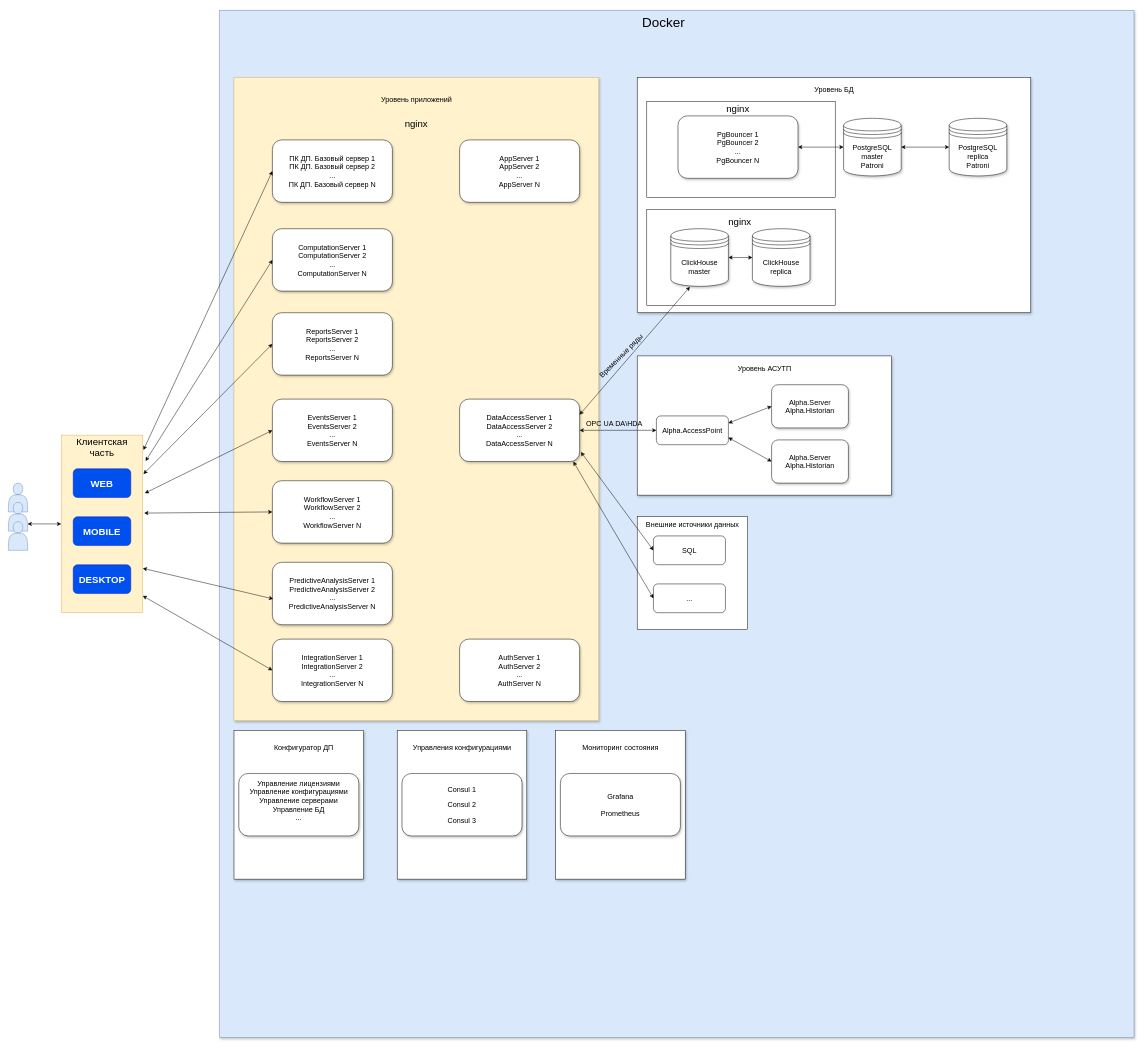
The draw.io diagram Untitled Diagram.drawio in NeV0L/PythonRep, before the edit. Source tidied: cells renumbered, new cells numbered last; positions are measured from the earlier drawing's top-left corner, leaving out a move shared by most shapes. Both pictures are drawn from the tidied source at 48%, with x=0, y=0 at pixel (8, 10).
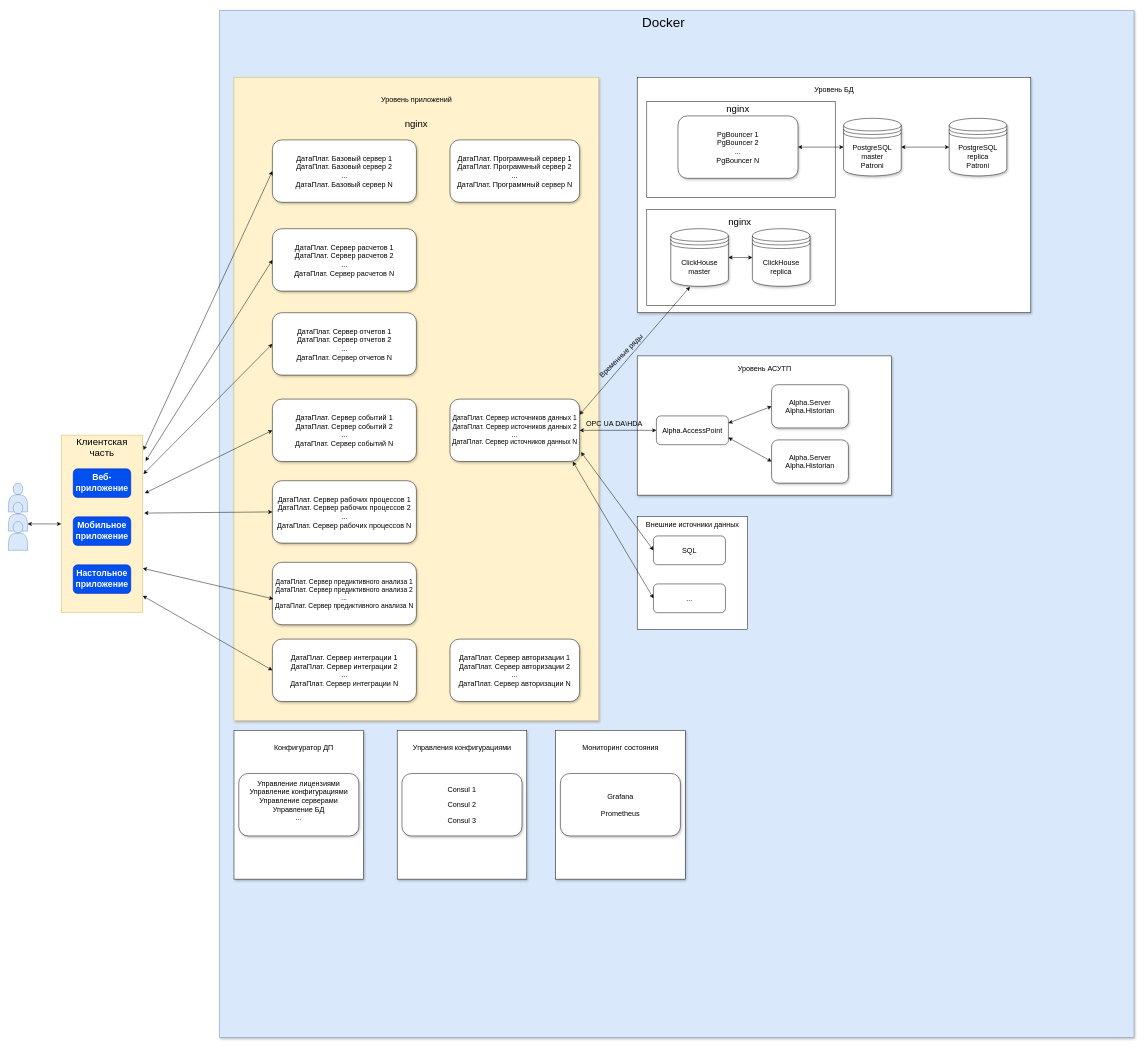
The same diagram, later.

Change to the diagram source:
```diff
@@
-    <mxCell id="9" value="WEB" style="rounded=1;whiteSpace=wrap;html=1;fillColor=#0050ef;fontColor=#ffffff;strokeColor=#001DBC;fontStyle=1;fontSize=20;" parent="1" vertex="1">
+    <mxCell id="9" value="Веб-приложение" style="rounded=1;whiteSpace=wrap;html=1;fillColor=#0050ef;fontColor=#ffffff;strokeColor=#001DBC;fontStyle=1;fontSize=18;" parent="1" vertex="1">
       <mxGeometry x="135" y="955" width="120" height="60" as="geometry" />
     </mxCell>
-    <mxCell id="10" value="MOBILE" style="rounded=1;whiteSpace=wrap;html=1;fillColor=#0050ef;fontColor=#ffffff;strokeColor=#001DBC;fontSize=20;fontStyle=1;" parent="1" vertex="1">
+    <mxCell id="10" value="&lt;div&gt;Мобильное&lt;/div&gt;&lt;div&gt;приложение&lt;br&gt;&lt;/div&gt;" style="rounded=1;whiteSpace=wrap;html=1;fillColor=#0050ef;fontColor=#ffffff;strokeColor=#001DBC;fontSize=18;fontStyle=1;" parent="1" vertex="1">
       <mxGeometry x="135" y="1055" width="120" height="60" as="geometry" />
     </mxCell>
-    <mxCell id="11" value="DESKTOP" style="rounded=1;whiteSpace=wrap;html=1;fillColor=#0050ef;fontColor=#ffffff;strokeColor=#001DBC;fontSize=20;fontStyle=1;" parent="1" vertex="1">
+    <mxCell id="11" value="Настольное приложение" style="rounded=1;whiteSpace=wrap;html=1;fillColor=#0050ef;fontColor=#ffffff;strokeColor=#001DBC;fontSize=18;fontStyle=1;" parent="1" vertex="1">
       <mxGeometry x="135" y="1155" width="120" height="60" as="geometry" />
     </mxCell>
@@
-    <mxCell id="21" value="&lt;div&gt;ПК ДП. Базовый сервер 1&lt;/div&gt;&lt;div&gt;ПК ДП. Базовый сервер 2&lt;/div&gt;&lt;div&gt;...&lt;/div&gt;&lt;div&gt;ПК ДП. Базовый сервер N&lt;br&gt;&lt;/div&gt;" style="rounded=1;whiteSpace=wrap;html=1;shadow=1;glass=0;sketch=0;fontSize=15;gradientColor=none;labelBorderColor=none;labelBackgroundColor=none;" parent="1" vertex="1">
-      <mxGeometry x="550" y="270" width="250" height="130" as="geometry" />
+    <mxCell id="21" value="&lt;div&gt;ДатаПлат. Базовый сервер 1&lt;/div&gt;&lt;div&gt;ДатаПлат. Базовый сервер 2&lt;/div&gt;&lt;div&gt;...&lt;/div&gt;&lt;div&gt;ДатаПлат. Базовый сервер N&lt;br&gt;&lt;/div&gt;" style="rounded=1;whiteSpace=wrap;html=1;shadow=1;glass=0;sketch=0;fontSize=15;gradientColor=none;labelBorderColor=none;labelBackgroundColor=none;" parent="1" vertex="1">
+      <mxGeometry x="550" y="270" width="300" height="130" as="geometry" />
     </mxCell>
-    <mxCell id="22" value="&lt;div&gt;ComputationServer 1&lt;/div&gt;&lt;div&gt;ComputationServer 2&lt;/div&gt;&lt;div&gt;...&lt;/div&gt;&lt;div&gt;ComputationServer N&lt;br&gt;&lt;/div&gt;" style="rounded=1;whiteSpace=wrap;html=1;shadow=1;glass=0;sketch=0;fontSize=15;gradientColor=none;labelBorderColor=none;labelBackgroundColor=none;" parent="1" vertex="1">
-      <mxGeometry x="550" y="455" width="250" height="130" as="geometry" />
+    <mxCell id="22" value="ДатаПлат. Сервер расчетов 1&lt;div&gt;ДатаПлат. Сервер расчетов 2&lt;/div&gt;&lt;div&gt;...&lt;/div&gt;&lt;div&gt;ДатаПлат. Сервер расчетов N&lt;br&gt;&lt;/div&gt;" style="rounded=1;whiteSpace=wrap;html=1;shadow=1;glass=0;sketch=0;fontSize=15;gradientColor=none;labelBorderColor=none;labelBackgroundColor=none;" parent="1" vertex="1">
+      <mxGeometry x="550" y="455" width="300" height="130" as="geometry" />
     </mxCell>
-    <mxCell id="23" value="&lt;div&gt;ReportsServer 1&lt;/div&gt;&lt;div&gt;ReportsServer 2&lt;/div&gt;&lt;div&gt;...&lt;/div&gt;&lt;div&gt;ReportsServer N&lt;br&gt;&lt;/div&gt;" style="rounded=1;whiteSpace=wrap;html=1;shadow=1;glass=0;sketch=0;fontSize=15;gradientColor=none;labelBorderColor=none;labelBackgroundColor=none;" parent="1" vertex="1">
-      <mxGeometry x="550" y="630" width="250" height="130" as="geometry" />
+    <mxCell id="23" value="&lt;div&gt;ДатаПлат. Сервер отчетов 1&lt;/div&gt;&lt;div&gt;ДатаПлат. Сервер отчетов 2&lt;/div&gt;&lt;div&gt;...&lt;/div&gt;&lt;div&gt;ДатаПлат. Сервер отчетов N&lt;/div&gt;" style="rounded=1;whiteSpace=wrap;html=1;shadow=1;glass=0;sketch=0;fontSize=15;gradientColor=none;labelBorderColor=none;labelBackgroundColor=none;" parent="1" vertex="1">
+      <mxGeometry x="550" y="630" width="300" height="130" as="geometry" />
     </mxCell>
-    <mxCell id="24" value="&lt;div&gt;EventsServer 1&lt;/div&gt;&lt;div&gt;EventsServer 2&lt;/div&gt;&lt;div&gt;...&lt;/div&gt;&lt;div&gt;EventsServer N&lt;br&gt;&lt;/div&gt;" style="rounded=1;whiteSpace=wrap;html=1;shadow=1;glass=0;sketch=0;fontSize=15;gradientColor=none;labelBorderColor=none;labelBackgroundColor=none;" parent="1" vertex="1">
-      <mxGeometry x="550" y="810" width="250" height="130" as="geometry" />
+    <mxCell id="24" value="&lt;div&gt;ДатаПлат. Сервер событий 1&lt;/div&gt;&lt;div&gt;ДатаПлат. Сервер событий 2&lt;/div&gt;&lt;div&gt;...&lt;/div&gt;&lt;div&gt;ДатаПлат. Сервер событий N&lt;br&gt;&lt;/div&gt;" style="rounded=1;whiteSpace=wrap;html=1;shadow=1;glass=0;sketch=0;fontSize=15;gradientColor=none;labelBorderColor=none;labelBackgroundColor=none;" parent="1" vertex="1">
+      <mxGeometry x="550" y="810" width="300" height="130" as="geometry" />
     </mxCell>
-    <mxCell id="25" value="&lt;div&gt;WorkflowServer 1&lt;/div&gt;&lt;div&gt;WorkflowServer 2&lt;/div&gt;&lt;div&gt;...&lt;/div&gt;&lt;div&gt;WorkflowServer N&lt;br&gt;&lt;/div&gt;" style="rounded=1;whiteSpace=wrap;html=1;shadow=1;glass=0;sketch=0;fontSize=15;gradientColor=none;labelBorderColor=none;labelBackgroundColor=none;" parent="1" vertex="1">
-      <mxGeometry x="550" y="980" width="250" height="130" as="geometry" />
+    <mxCell id="25" value="&lt;div style=&quot;font-size: 15px;&quot;&gt;ДатаПлат. Сервер рабочих процессов 1&lt;/div&gt;&lt;div style=&quot;font-size: 15px;&quot;&gt;ДатаПлат. Сервер рабочих процессов 2&lt;/div&gt;&lt;div style=&quot;font-size: 15px;&quot;&gt;...&lt;/div&gt;&lt;div style=&quot;font-size: 15px;&quot;&gt;ДатаПлат. Сервер рабочих процессов N&lt;br style=&quot;font-size: 15px;&quot;&gt;&lt;/div&gt;" style="rounded=1;whiteSpace=wrap;html=1;shadow=1;glass=0;sketch=0;fontSize=15;gradientColor=none;labelBorderColor=none;labelBackgroundColor=none;" parent="1" vertex="1">
+      <mxGeometry x="550" y="980" width="300" height="130" as="geometry" />
     </mxCell>
-    <mxCell id="26" value="&lt;div&gt;PredictiveAnalysisServer 1&lt;/div&gt;&lt;div&gt;PredictiveAnalysisServer 2&lt;/div&gt;&lt;div&gt;...&lt;/div&gt;&lt;div&gt;PredictiveAnalysisServer N&lt;br&gt;&lt;/div&gt;" style="rounded=1;whiteSpace=wrap;html=1;shadow=1;glass=0;sketch=0;fontSize=15;gradientColor=none;labelBorderColor=none;labelBackgroundColor=none;" parent="1" vertex="1">
-      <mxGeometry x="550" y="1150" width="250" height="130" as="geometry" />
+    <mxCell id="26" value="&lt;div style=&quot;font-size: 14px;&quot;&gt;&lt;font style=&quot;font-size: 14px;&quot;&gt;ДатаПлат. Сервер предиктивного анализа 1&lt;/font&gt;&lt;/div&gt;&lt;div style=&quot;font-size: 14px;&quot;&gt;&lt;font style=&quot;font-size: 14px;&quot;&gt;ДатаПлат. Сервер предиктивного анализа 2&lt;/font&gt;&lt;/div&gt;&lt;div style=&quot;font-size: 14px;&quot;&gt;&lt;font style=&quot;font-size: 14px;&quot;&gt;...&lt;/font&gt;&lt;/div&gt;&lt;div style=&quot;font-size: 14px;&quot;&gt;&lt;font style=&quot;font-size: 14px;&quot;&gt;ДатаПлат. Сервер предиктивного анализа N&lt;br style=&quot;&quot;&gt;&lt;/font&gt;&lt;/div&gt;" style="rounded=1;whiteSpace=wrap;html=1;shadow=1;glass=0;sketch=0;fontSize=15;gradientColor=none;labelBorderColor=none;labelBackgroundColor=none;" parent="1" vertex="1">
+      <mxGeometry x="550" y="1150" width="300" height="130" as="geometry" />
     </mxCell>
-    <mxCell id="27" value="&lt;div&gt;IntegrationServer 1&lt;/div&gt;&lt;div&gt;IntegrationServer 2&lt;/div&gt;&lt;div&gt;...&lt;/div&gt;&lt;div&gt;IntegrationServer N&lt;br&gt;&lt;/div&gt;" style="rounded=1;whiteSpace=wrap;html=1;shadow=1;glass=0;sketch=0;fontSize=15;gradientColor=none;labelBorderColor=none;labelBackgroundColor=none;" parent="1" vertex="1">
-      <mxGeometry x="550" y="1310" width="250" height="130" as="geometry" />
+    <mxCell id="27" value="&lt;div&gt;ДатаПлат. Сервер интеграции 1&lt;/div&gt;&lt;div&gt;ДатаПлат. Сервер интеграции 2&lt;/div&gt;&lt;div&gt;...&lt;/div&gt;&lt;div&gt;ДатаПлат. Сервер интеграции N&lt;br&gt;&lt;/div&gt;" style="rounded=1;whiteSpace=wrap;html=1;shadow=1;glass=0;sketch=0;fontSize=15;gradientColor=none;labelBorderColor=none;labelBackgroundColor=none;" parent="1" vertex="1">
+      <mxGeometry x="550" y="1310" width="300" height="130" as="geometry" />
     </mxCell>
-    <mxCell id="28" value="&lt;div&gt;DataAccessServer 1&lt;/div&gt;&lt;div&gt;DataAccessServer 2&lt;/div&gt;&lt;div&gt;...&lt;/div&gt;&lt;div&gt;DataAccessServer N&lt;br&gt;&lt;/div&gt;" style="rounded=1;whiteSpace=wrap;html=1;shadow=1;glass=0;sketch=0;fontSize=15;gradientColor=none;labelBorderColor=none;labelBackgroundColor=none;" parent="1" vertex="1">
-      <mxGeometry x="940" y="810" width="250" height="130" as="geometry" />
+    <mxCell id="28" value="&lt;div style=&quot;font-size: 14px;&quot;&gt;ДатаПлат. Сервер источников данных 1&lt;/div&gt;&lt;div style=&quot;font-size: 14px;&quot;&gt;ДатаПлат. Сервер источников данных 2&lt;/div&gt;&lt;div style=&quot;font-size: 14px;&quot;&gt;...&lt;/div&gt;&lt;div style=&quot;font-size: 14px;&quot;&gt;ДатаПлат. Сервер источников данных N&lt;br style=&quot;font-size: 14px;&quot;&gt;&lt;/div&gt;" style="rounded=1;whiteSpace=wrap;html=1;shadow=1;glass=0;sketch=0;fontSize=14;gradientColor=none;labelBorderColor=none;labelBackgroundColor=none;" parent="1" vertex="1">
+      <mxGeometry x="920" y="810" width="270" height="130" as="geometry" />
     </mxCell>
-    <mxCell id="29" value="&lt;div&gt;AppServer 1&lt;/div&gt;&lt;div&gt;AppServer 2&lt;/div&gt;&lt;div&gt;...&lt;br&gt;&lt;/div&gt;&lt;div&gt;AppServer N&lt;br&gt;&lt;/div&gt;" style="rounded=1;whiteSpace=wrap;html=1;shadow=1;glass=0;sketch=0;fontSize=15;gradientColor=none;labelBorderColor=none;labelBackgroundColor=none;" parent="1" vertex="1">
-      <mxGeometry x="940" y="270" width="250" height="130" as="geometry" />
+    <mxCell id="29" value="&lt;div&gt;ДатаПлат. Программный сервер 1&lt;/div&gt;&lt;div&gt;ДатаПлат. Программный сервер 2&lt;/div&gt;&lt;div&gt;...&lt;/div&gt;&lt;div&gt;ДатаПлат. Программный сервер N&lt;br&gt;&lt;/div&gt;" style="rounded=1;whiteSpace=wrap;html=1;shadow=1;glass=0;sketch=0;fontSize=15;gradientColor=none;labelBorderColor=none;labelBackgroundColor=none;" parent="1" vertex="1">
+      <mxGeometry x="920" y="270" width="270" height="130" as="geometry" />
     </mxCell>
@@
-    <mxCell id="32" value="AuthServer 1&lt;div&gt;AuthServer 2&lt;/div&gt;&lt;div&gt;...&lt;br&gt;&lt;/div&gt;&lt;div&gt;AuthServer N&lt;br&gt;&lt;/div&gt;" style="rounded=1;whiteSpace=wrap;html=1;shadow=1;glass=0;sketch=0;fontSize=15;gradientColor=none;labelBorderColor=none;labelBackgroundColor=none;" parent="1" vertex="1">
-      <mxGeometry x="940" y="1310" width="250" height="130" as="geometry" />
+    <mxCell id="32" value="&lt;div&gt;ДатаПлат. Сервер авторизации 1&lt;/div&gt;&lt;div&gt;ДатаПлат. Сервер авторизации 2&lt;/div&gt;&lt;div&gt;...&lt;/div&gt;&lt;div&gt;ДатаПлат. Сервер авторизации N&lt;br&gt;&lt;/div&gt;" style="rounded=1;whiteSpace=wrap;html=1;shadow=1;glass=0;sketch=0;fontSize=15;gradientColor=none;labelBorderColor=none;labelBackgroundColor=none;" parent="1" vertex="1">
+      <mxGeometry x="920" y="1310" width="270" height="130" as="geometry" />
     </mxCell>
```
